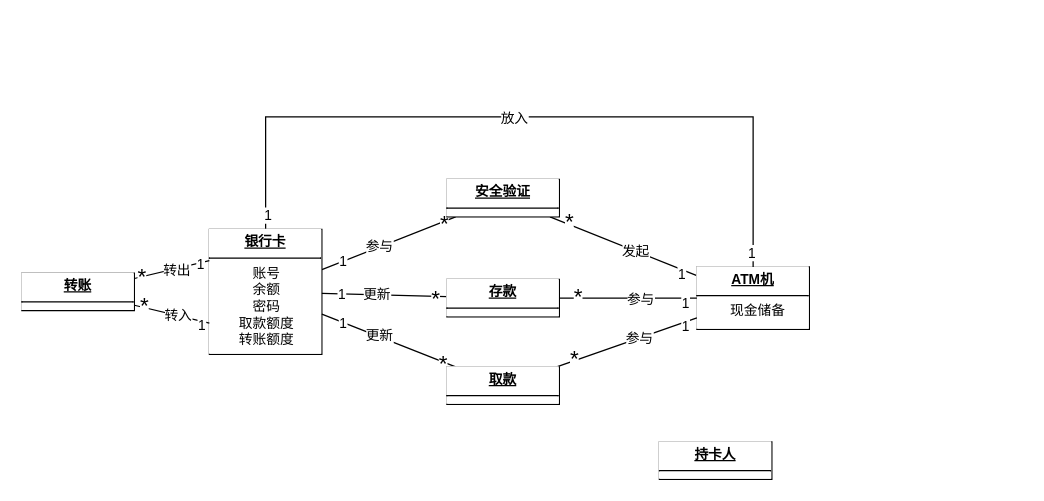
Before: page "第 2 页" (2 of 2) of hw5/src/pic/Analysis.drawio in MojoisMojo/nju_-se2, a draw.io diagram. Source tidied: cells renumbered, new cells numbered last; positions are measured from the earlier drawing's top-left corner, leaving out a move shared by most shapes. Both pictures are drawn from the tidied source at 125%, with x=0, y=0 at pixel (21, 116).
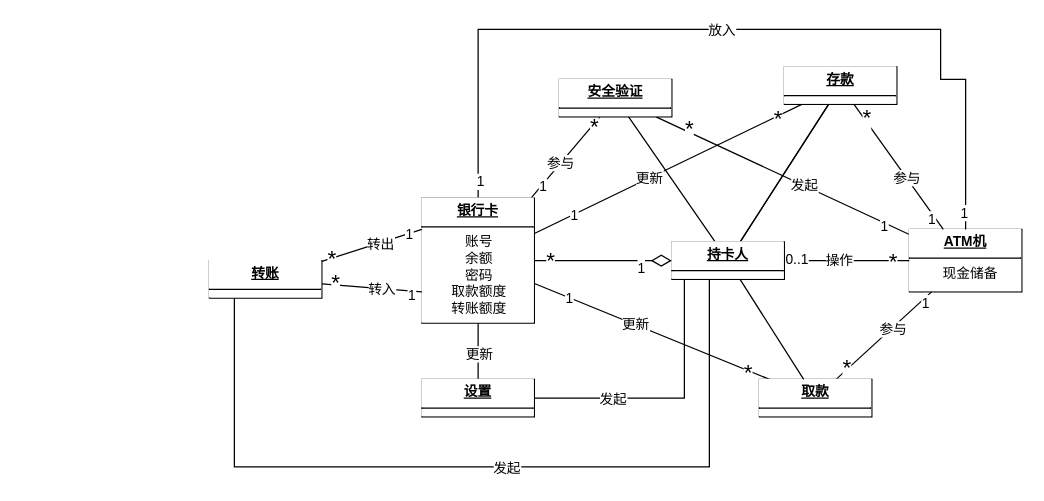
The same page after the edit.

What changed in the source:
```diff
@@
+    <mxCell id="45" style="edgeStyle=none;rounded=0;jettySize=auto;html=1;strokeColor=default;align=center;verticalAlign=middle;fontFamily=Helvetica;fontSize=11;fontColor=default;labelBackgroundColor=default;endArrow=none;endFill=0;" parent="1" edge="1" source="44" target="25">
+      <mxGeometry relative="1" as="geometry" />
+    </mxCell>
+    <mxCell id="46" style="edgeStyle=none;rounded=0;jettySize=auto;html=1;strokeColor=default;align=center;verticalAlign=middle;fontFamily=Helvetica;fontSize=11;fontColor=default;labelBackgroundColor=default;endArrow=none;endFill=0;" parent="1" edge="1" source="44" target="25">
+      <mxGeometry relative="1" as="geometry" />
+    </mxCell>
@@
     <mxCell id="10" value="&lt;p style=&quot;margin: 4px 0px 0px; text-decoration: underline;&quot;&gt;&lt;b&gt;ATM机&lt;/b&gt;&lt;/p&gt;&lt;hr size=&quot;1&quot; style=&quot;text-align: left; border-style: solid;&quot;&gt;&lt;p style=&quot;margin: 0px 0px 0px 8px;&quot;&gt;现金储备&lt;br&gt;&lt;/p&gt;" style="verticalAlign=top;align=center;overflow=fill;html=1;whiteSpace=wrap;fontFamily=Helvetica;fontSize=11;fontColor=default;labelBackgroundColor=default;" parent="1" vertex="1">
-      <mxGeometry x="540" y="120" width="90" height="50" as="geometry" />
+      <mxGeometry x="710" y="90" width="90" height="50" as="geometry" />
     </mxCell>
     <mxCell id="11" style="edgeStyle=orthogonalEdgeStyle;rounded=0;jettySize=auto;html=1;strokeColor=default;align=center;verticalAlign=middle;fontFamily=Helvetica;fontSize=11;fontColor=default;labelBackgroundColor=default;endArrow=none;endFill=0;" parent="1" edge="1" source="15" target="10">
       <mxGeometry relative="1" as="geometry">
         <Array as="points">
-          <mxPoint x="565" />
-          <mxPoint x="115" />
+          <mxPoint x="365" y="-70" />
+          <mxPoint x="735" y="-70" />
+          <mxPoint x="735" y="-30" />
+          <mxPoint x="755" y="-30" />
         </Array>
       </mxGeometry>
     </mxCell>
@@
     <mxCell id="15" value="&lt;p style=&quot;margin: 4px 0px 0px; text-decoration: underline;&quot;&gt;&lt;b&gt;银行卡&lt;/b&gt;&lt;/p&gt;&lt;hr size=&quot;1&quot; style=&quot;text-align: left; border-style: solid;&quot;&gt;&lt;p style=&quot;margin: 0px 0px 0px 8px;&quot;&gt;账号&amp;nbsp;&amp;nbsp;&lt;/p&gt;&lt;p style=&quot;margin: 0px 0px 0px 8px;&quot;&gt;&lt;span style=&quot;&quot;&gt;余额&amp;nbsp;&amp;nbsp;&lt;/span&gt;&lt;/p&gt;&lt;p style=&quot;margin: 0px 0px 0px 8px;&quot;&gt;&lt;span style=&quot;&quot;&gt;密码&amp;nbsp;&amp;nbsp;&lt;/span&gt;&lt;/p&gt;&lt;p style=&quot;margin: 0px 0px 0px 8px;&quot;&gt;&lt;span style=&quot;&quot;&gt;取款额度&amp;nbsp;&amp;nbsp;&lt;br&gt;&lt;/span&gt;&lt;/p&gt;&lt;p style=&quot;margin: 0px 0px 0px 8px;&quot;&gt;&lt;span style=&quot;&quot;&gt;转账额度&amp;nbsp;&amp;nbsp;&lt;/span&gt;&lt;/p&gt;" style="verticalAlign=top;align=center;overflow=fill;html=1;whiteSpace=wrap;fontFamily=Helvetica;fontSize=11;fontColor=default;labelBackgroundColor=default;" parent="1" vertex="1">
-      <mxGeometry x="150" y="90" width="90" height="100" as="geometry" />
+      <mxGeometry x="320" y="65" width="90" height="100" as="geometry" />
     </mxCell>
+    <mxCell id="47" style="edgeStyle=none;rounded=0;jettySize=auto;html=1;strokeColor=default;align=center;verticalAlign=middle;fontFamily=Helvetica;fontSize=11;fontColor=default;labelBackgroundColor=default;endArrow=none;endFill=0;" parent="1" edge="1" source="16" target="44">
+      <mxGeometry relative="1" as="geometry" />
+    </mxCell>
     <mxCell id="16" value="&lt;p style=&quot;text-decoration-line: underline; margin: 4px 0px 0px;&quot;&gt;&lt;b&gt;安全验证&lt;/b&gt;&lt;/p&gt;&lt;hr style=&quot;text-align: left; border-style: solid;&quot; size=&quot;1&quot;&gt;&lt;p style=&quot;margin: 0px 0px 0px 8px;&quot;&gt;&amp;nbsp;&lt;/p&gt;" style="verticalAlign=top;align=center;overflow=fill;html=1;whiteSpace=wrap;fontFamily=Helvetica;fontSize=11;fontColor=default;labelBackgroundColor=default;" parent="1" vertex="1">
-      <mxGeometry x="340" y="50" width="90" height="30" as="geometry" />
+      <mxGeometry x="430" y="-30" width="90" height="30" as="geometry" />
     </mxCell>
@@
     <mxCell id="25" value="&lt;p style=&quot;text-decoration-line: underline; margin: 4px 0px 0px;&quot;&gt;&lt;b&gt;存款&lt;/b&gt;&lt;/p&gt;&lt;hr style=&quot;text-align: left; border-style: solid;&quot; size=&quot;1&quot;&gt;&lt;p style=&quot;margin: 0px 0px 0px 8px;&quot;&gt;&amp;nbsp;&lt;/p&gt;" style="verticalAlign=top;align=center;overflow=fill;html=1;whiteSpace=wrap;fontFamily=Helvetica;fontSize=11;fontColor=default;labelBackgroundColor=default;" parent="1" vertex="1">
-      <mxGeometry x="340" y="130" width="90" height="30" as="geometry" />
+      <mxGeometry x="610" y="-40" width="90" height="30" as="geometry" />
     </mxCell>
-    <mxCell id="26" style="edgeStyle=none;rounded=0;jettySize=auto;html=1;strokeColor=default;align=center;verticalAlign=middle;fontFamily=Helvetica;fontSize=11;fontColor=default;labelBackgroundColor=default;endArrow=none;endFill=0;" parent="1" edge="1" source="15" target="34">
+    <mxCell id="26" style="rounded=0;jettySize=auto;html=1;strokeColor=default;align=center;verticalAlign=middle;fontFamily=Helvetica;fontSize=11;fontColor=default;labelBackgroundColor=default;endArrow=none;endFill=0;elbow=vertical;" parent="1" edge="1" source="15" target="34">
       <mxGeometry relative="1" as="geometry" />
     </mxCell>
@@
     <mxCell id="34" value="&lt;p style=&quot;text-decoration-line: underline; margin: 4px 0px 0px;&quot;&gt;&lt;b&gt;取款&lt;/b&gt;&lt;/p&gt;&lt;hr style=&quot;text-align: left; border-style: solid;&quot; size=&quot;1&quot;&gt;&lt;p style=&quot;margin: 0px 0px 0px 8px;&quot;&gt;&amp;nbsp;&lt;/p&gt;" style="verticalAlign=top;align=center;overflow=fill;html=1;whiteSpace=wrap;fontFamily=Helvetica;fontSize=11;fontColor=default;labelBackgroundColor=default;" parent="1" vertex="1">
-      <mxGeometry x="340" y="200" width="90" height="30" as="geometry" />
+      <mxGeometry x="590" y="210" width="90" height="30" as="geometry" />
     </mxCell>
@@
     <mxCell id="43" value="&lt;p style=&quot;text-decoration-line: underline; margin: 4px 0px 0px;&quot;&gt;&lt;b&gt;转账&lt;/b&gt;&lt;/p&gt;&lt;hr style=&quot;text-align: left; border-style: solid;&quot; size=&quot;1&quot;&gt;&lt;p style=&quot;margin: 0px 0px 0px 8px;&quot;&gt;&amp;nbsp;&lt;/p&gt;" style="verticalAlign=top;align=center;overflow=fill;html=1;whiteSpace=wrap;fontFamily=Helvetica;fontSize=11;fontColor=default;labelBackgroundColor=default;" parent="1" vertex="1">
-      <mxGeometry y="125" width="90" height="30" as="geometry" />
+      <mxGeometry x="150" y="115" width="90" height="30" as="geometry" />
     </mxCell>
+    <mxCell id="48" style="rounded=0;jettySize=auto;html=1;strokeColor=default;align=center;verticalAlign=middle;fontFamily=Helvetica;fontSize=11;fontColor=default;labelBackgroundColor=default;endArrow=none;endFill=0;" parent="1" edge="1" source="44" target="10">
+      <mxGeometry relative="1" as="geometry" />
+    </mxCell>
+    <mxCell id="49" value="操作" style="edgeLabel;html=1;align=center;verticalAlign=middle;fontFamily=Helvetica;fontSize=11;fontColor=default;labelBackgroundColor=default;" parent="48" vertex="1">
+      <mxGeometry x="-0.16" y="1" relative="1" as="geometry">
+        <mxPoint x="1" as="offset" />
+      </mxGeometry>
+    </mxCell>
+    <mxCell id="50" value="0..1" style="edgeLabel;html=1;align=center;verticalAlign=middle;fontFamily=Helvetica;fontSize=11;fontColor=default;labelBackgroundColor=default;" parent="48" vertex="1">
+      <mxGeometry x="-0.81" y="2" relative="1" as="geometry" />
+    </mxCell>
+    <mxCell id="51" value="&lt;font style=&quot;font-size: 18px;&quot;&gt;*&lt;/font&gt;" style="edgeLabel;html=1;align=center;verticalAlign=middle;fontFamily=Helvetica;fontSize=11;fontColor=default;labelBackgroundColor=default;" parent="48" vertex="1">
+      <mxGeometry x="0.72" relative="1" as="geometry" />
+    </mxCell>
+    <mxCell id="52" style="edgeStyle=orthogonalEdgeStyle;rounded=0;jettySize=auto;html=1;strokeColor=default;align=center;verticalAlign=middle;fontFamily=Helvetica;fontSize=11;fontColor=default;labelBackgroundColor=default;endArrow=none;endFill=0;" parent="1" edge="1" source="44">
+      <mxGeometry relative="1" as="geometry">
+        <mxPoint x="170" y="145" as="targetPoint" />
+        <Array as="points">
+          <mxPoint x="550" y="280" />
+          <mxPoint x="170" y="280" />
+        </Array>
+      </mxGeometry>
+    </mxCell>
+    <mxCell id="53" value="发起" style="edgeLabel;html=1;align=center;verticalAlign=middle;fontFamily=Helvetica;fontSize=11;fontColor=default;labelBackgroundColor=default;" parent="52" vertex="1">
+      <mxGeometry x="-0.06" relative="1" as="geometry" />
+    </mxCell>
+    <mxCell id="54" style="edgeStyle=none;rounded=0;jettySize=auto;html=1;strokeColor=default;align=center;verticalAlign=middle;fontFamily=Helvetica;fontSize=11;fontColor=default;labelBackgroundColor=default;endArrow=none;endFill=0;" parent="1" edge="1" source="44" target="34">
+      <mxGeometry relative="1" as="geometry" />
+    </mxCell>
     <mxCell id="44" value="&lt;p style=&quot;margin: 4px 0px 0px; text-decoration: underline;&quot;&gt;&lt;b&gt;持卡人&lt;/b&gt;&lt;/p&gt;&lt;hr size=&quot;1&quot; style=&quot;text-align: left; border-style: solid;&quot;&gt;&lt;p style=&quot;margin: 0px 0px 0px 8px;&quot;&gt;&lt;br&gt;&lt;/p&gt;" style="verticalAlign=top;align=center;overflow=fill;html=1;whiteSpace=wrap;fontFamily=Helvetica;fontSize=11;fontColor=default;labelBackgroundColor=default;" parent="1" vertex="1">
-      <mxGeometry x="510" y="260" width="90" height="30" as="geometry" />
+      <mxGeometry x="520" y="100" width="90" height="30" as="geometry" />
     </mxCell>
+    <mxCell id="55" value="1" style="endArrow=none;html=1;endSize=12;startArrow=diamondThin;startSize=14;startFill=0;align=left;verticalAlign=bottom;rounded=0;strokeColor=default;fontFamily=Helvetica;fontSize=11;fontColor=default;labelBackgroundColor=default;endFill=0;" parent="1" edge="1" source="44" target="15">
+      <mxGeometry x="-0.45" y="15" relative="1" as="geometry">
+        <mxPoint x="1" as="offset" />
+      </mxGeometry>
+    </mxCell>
+    <mxCell id="56" value="&lt;font style=&quot;font-size: 18px;&quot;&gt;*&lt;/font&gt;" style="edgeLabel;html=1;align=center;verticalAlign=middle;fontFamily=Helvetica;fontSize=11;fontColor=default;labelBackgroundColor=default;" parent="55" vertex="1">
+      <mxGeometry x="0.78" y="-1" relative="1" as="geometry" />
+    </mxCell>
+    <mxCell id="57" style="edgeStyle=orthogonalEdgeStyle;rounded=0;jettySize=auto;html=1;strokeColor=default;align=center;verticalAlign=middle;fontFamily=Helvetica;fontSize=11;fontColor=default;labelBackgroundColor=default;endArrow=none;endFill=0;" parent="1" edge="1" source="61" target="44">
+      <mxGeometry relative="1" as="geometry">
+        <Array as="points">
+          <mxPoint x="530" y="225" />
+        </Array>
+      </mxGeometry>
+    </mxCell>
+    <mxCell id="58" value="发起" style="edgeLabel;html=1;align=center;verticalAlign=middle;fontFamily=Helvetica;fontSize=11;fontColor=default;labelBackgroundColor=default;" parent="57" vertex="1">
+      <mxGeometry x="0.05" y="-1" relative="1" as="geometry">
+        <mxPoint x="-51" y="-1" as="offset" />
+      </mxGeometry>
+    </mxCell>
+    <mxCell id="59" style="edgeStyle=none;rounded=0;jettySize=auto;html=1;strokeColor=default;align=center;verticalAlign=middle;fontFamily=Helvetica;fontSize=11;fontColor=default;labelBackgroundColor=default;endArrow=none;endFill=0;" parent="1" edge="1" source="61" target="15">
+      <mxGeometry relative="1" as="geometry" />
+    </mxCell>
+    <mxCell id="60" value="更新" style="edgeLabel;html=1;align=center;verticalAlign=middle;fontFamily=Helvetica;fontSize=11;fontColor=default;labelBackgroundColor=default;" parent="59" vertex="1">
+      <mxGeometry x="-0.07" relative="1" as="geometry" />
+    </mxCell>
+    <mxCell id="61" value="&lt;p style=&quot;text-decoration-line: underline; margin: 4px 0px 0px;&quot;&gt;&lt;b&gt;设置&lt;/b&gt;&lt;/p&gt;&lt;hr style=&quot;text-align: left; border-style: solid;&quot; size=&quot;1&quot;&gt;&lt;p style=&quot;margin: 0px 0px 0px 8px;&quot;&gt;&amp;nbsp;&lt;/p&gt;" style="verticalAlign=top;align=center;overflow=fill;html=1;whiteSpace=wrap;fontFamily=Helvetica;fontSize=11;fontColor=default;labelBackgroundColor=default;" parent="1" vertex="1">
+      <mxGeometry x="320" y="210" width="90" height="30" as="geometry" />
+    </mxCell>
```
